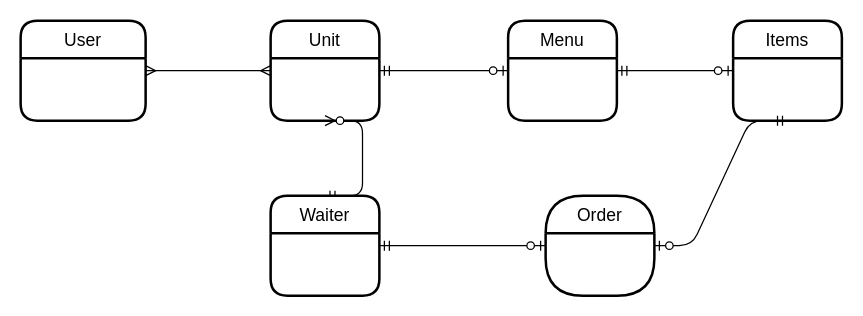
This is doc/entities.drawio from Dignu/dignu-api, a draw.io file, before an edit. Source tidied: cells renumbered, new cells numbered last; positions are measured from the earlier drawing's top-left corner, leaving out a move shared by most shapes. Both pictures are drawn from the tidied source at 125%, with x=0, y=0 at pixel (20, 20).
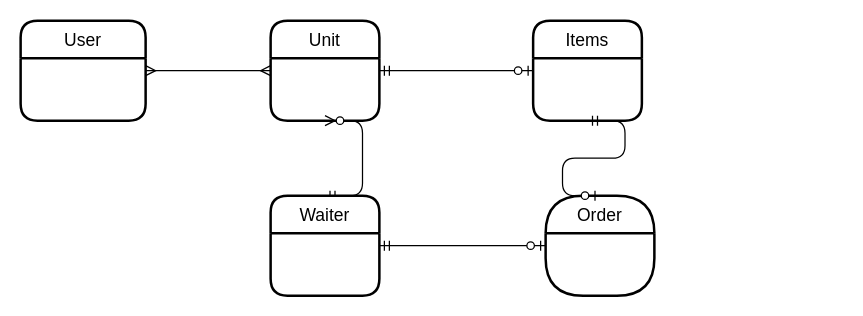
Above is the later version.

Change to the diagram source:
```diff
@@
 <mxGraphModel>
   <root>
     <mxCell id="0" />
     <mxCell id="1" parent="0" />
     <mxCell id="2" value="User" style="swimlane;horizontal=1;startSize=30;rounded=1;fontSize=14;fontStyle=0;strokeWidth=2;shadow=0;dashed=0;align=center;" parent="1" vertex="1">
       <mxGeometry width="100" height="80" as="geometry" />
     </mxCell>
     <mxCell id="3" style="edgeStyle=entityRelationEdgeStyle;fontSize=12;html=1;endArrow=ERmany;startArrow=ERmany;entryX=0;entryY=0.5;entryDx=0;entryDy=0;exitX=1;exitY=0.5;exitDx=0;exitDy=0;" parent="1" edge="1" source="2" target="4">
       <mxGeometry relative="1" as="geometry" />
     </mxCell>
     <mxCell id="4" value="Unit" style="swimlane;horizontal=1;startSize=30;rounded=1;fontSize=14;fontStyle=0;strokeWidth=2;shadow=0;dashed=0;align=center;" parent="1" vertex="1">
       <mxGeometry x="200" width="87" height="80" as="geometry" />
     </mxCell>
-    <mxCell id="5" value="Menu" style="swimlane;horizontal=1;startSize=30;rounded=1;fontSize=14;fontStyle=0;strokeWidth=2;shadow=0;dashed=0;align=center;" parent="1" vertex="1">
-      <mxGeometry x="390" width="87" height="80" as="geometry" />
-    </mxCell>
-    <mxCell id="6" style="edgeStyle=entityRelationEdgeStyle;fontSize=12;html=1;endArrow=ERzeroToOne;startArrow=ERmandOne;exitX=1;exitY=0.5;exitDx=0;exitDy=0;entryX=0;entryY=0.5;entryDx=0;entryDy=0;" parent="1" edge="1" source="4" target="5">
+    <mxCell id="6" style="edgeStyle=entityRelationEdgeStyle;fontSize=12;html=1;endArrow=ERzeroToOne;startArrow=ERmandOne;exitX=1;exitY=0.5;exitDx=0;exitDy=0;entryX=0;entryY=0.5;entryDx=0;entryDy=0;" parent="1" edge="1" source="4" target="7">
       <mxGeometry relative="1" as="geometry" />
     </mxCell>
     <mxCell id="7" value="Items" style="swimlane;horizontal=1;startSize=30;rounded=1;fontSize=14;fontStyle=0;strokeWidth=2;shadow=0;dashed=0;align=center;" parent="1" vertex="1">
-      <mxGeometry x="570" width="87" height="80" as="geometry" />
+      <mxGeometry x="410" width="87" height="80" as="geometry" />
     </mxCell>
-    <mxCell id="8" style="edgeStyle=entityRelationEdgeStyle;fontSize=12;html=1;endArrow=ERzeroToOne;startArrow=ERmandOne;exitX=1;exitY=0.5;exitDx=0;exitDy=0;entryX=0;entryY=0.5;entryDx=0;entryDy=0;" parent="1" edge="1" source="5" target="7">
-      <mxGeometry relative="1" as="geometry" />
-    </mxCell>
     <mxCell id="9" value="Order" style="swimlane;horizontal=1;startSize=30;rounded=1;fontSize=14;fontStyle=0;strokeWidth=2;shadow=0;dashed=0;align=center;arcSize=35;" parent="1" vertex="1">
       <mxGeometry x="420" y="140" width="87" height="80" as="geometry" />
     </mxCell>
     <mxCell id="10" style="edgeStyle=entityRelationEdgeStyle;fontSize=12;html=1;endArrow=ERzeroToMany;startArrow=ERmandOne;entryX=0.5;entryY=1;entryDx=0;entryDy=0;exitX=0.5;exitY=0;exitDx=0;exitDy=0;" parent="1" edge="1" source="11" target="4">
       <mxGeometry relative="1" as="geometry" />
     </mxCell>
     <mxCell id="11" value="Waiter" style="swimlane;horizontal=1;startSize=30;rounded=1;fontSize=14;fontStyle=0;strokeWidth=2;shadow=0;dashed=0;align=center;" parent="1" vertex="1">
       <mxGeometry x="200" y="140" width="87" height="80" as="geometry" />
     </mxCell>
     <mxCell id="12" style="edgeStyle=entityRelationEdgeStyle;fontSize=12;html=1;endArrow=ERzeroToOne;startArrow=ERmandOne;exitX=1;exitY=0.5;exitDx=0;exitDy=0;entryX=0;entryY=0.5;entryDx=0;entryDy=0;" parent="1" edge="1" source="11" target="9">
       <mxGeometry relative="1" as="geometry" />
     </mxCell>
-    <mxCell id="13" style="edgeStyle=entityRelationEdgeStyle;fontSize=12;html=1;endArrow=ERzeroToOne;startArrow=ERmandOne;entryX=1;entryY=0.5;entryDx=0;entryDy=0;exitX=0.5;exitY=1;exitDx=0;exitDy=0;" parent="1" edge="1" source="7" target="9">
+    <mxCell id="13" style="edgeStyle=entityRelationEdgeStyle;fontSize=12;html=1;endArrow=ERzeroToOne;startArrow=ERmandOne;entryX=0.5;entryY=0;entryDx=0;entryDy=0;exitX=0.5;exitY=1;exitDx=0;exitDy=0;" parent="1" edge="1" source="7" target="9">
       <mxGeometry relative="1" as="geometry" />
     </mxCell>
   </root>
 </mxGraphModel>
```
